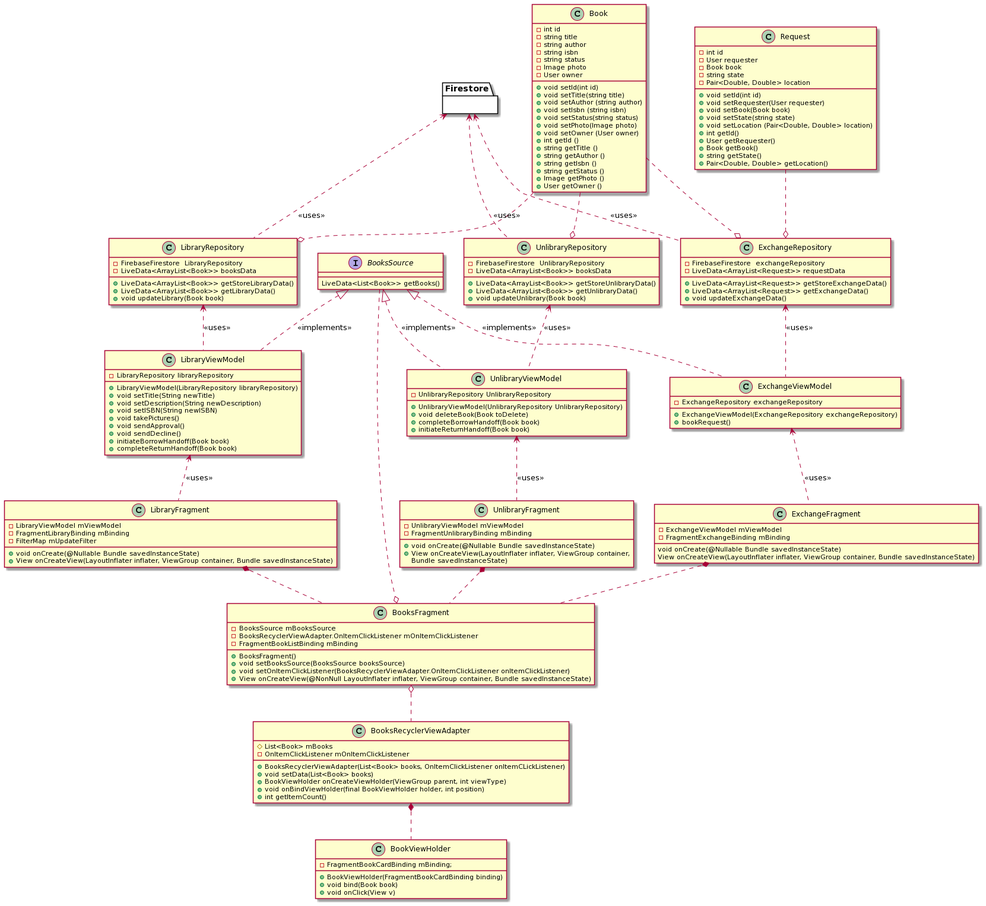
CMPUT301F20T24/Unlibrary keeps this PlantUML diagram as doc/UML/MVVM.png. Above is the earlier version.
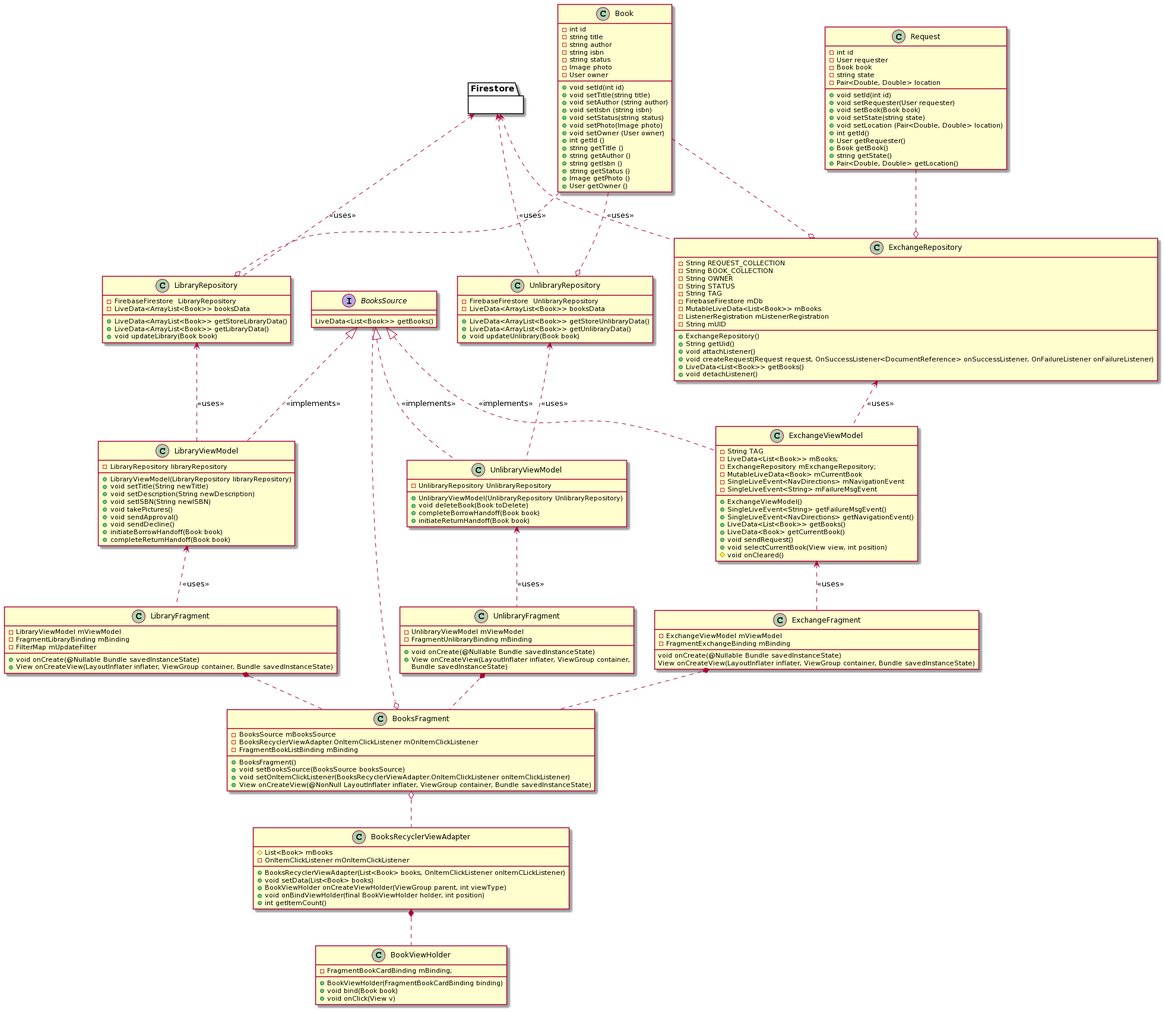
Above is the later version.

The edit, as a diff of the source:
```diff
@@ -77,17 +77,38 @@
 
 
 class ExchangeViewModel{
--ExchangeRepository exchangeRepository
-+ExchangeViewModel(ExchangeRepository exchangeRepository)
-+bookRequest()
+-String TAG
+-LiveData<List<Book>> mBooks;
+-ExchangeRepository mExchangeRepository;
+-MutableLiveData<Book> mCurrentBook
+-SingleLiveEvent<NavDirections> mNavigationEvent
+-SingleLiveEvent<String> mFailureMsgEvent
++ExchangeViewModel()
++SingleLiveEvent<String> getFailureMsgEvent()
++SingleLiveEvent<NavDirections> getNavigationEvent()
++LiveData<List<Book>> getBooks()
++LiveData<Book> getCurrentBook()
++void sendRequest()
++void selectCurrentBook(View view, int position)
+#void onCleared()
 }
 
 class ExchangeRepository{
--FirebaseFirestore  exchangeRepository
--LiveData<ArrayList<Request>> requestData
-+LiveData<ArrayList<Request>> getStoreExchangeData()
-+LiveData<ArrayList<Request>> getExchangeData()
-+void updateExchangeData()
+-String REQUEST_COLLECTION
+-String BOOK_COLLECTION
+-String OWNER
+-String STATUS
+-String TAG
+-FirebaseFirestore mDb
+-MutableLiveData<List<Book>> mBooks
+-ListenerRegistration mListenerRegistration
+-String mUID
++ExchangeRepository()
++String getUid()
++void attachListener()
++void createRequest(Request request, OnSuccessListener<DocumentReference> onSuccessListener, OnFailureListener onFailureListener)
++LiveData<List<Book>> getBooks()
++void detachListener()
 }
 
 
```
